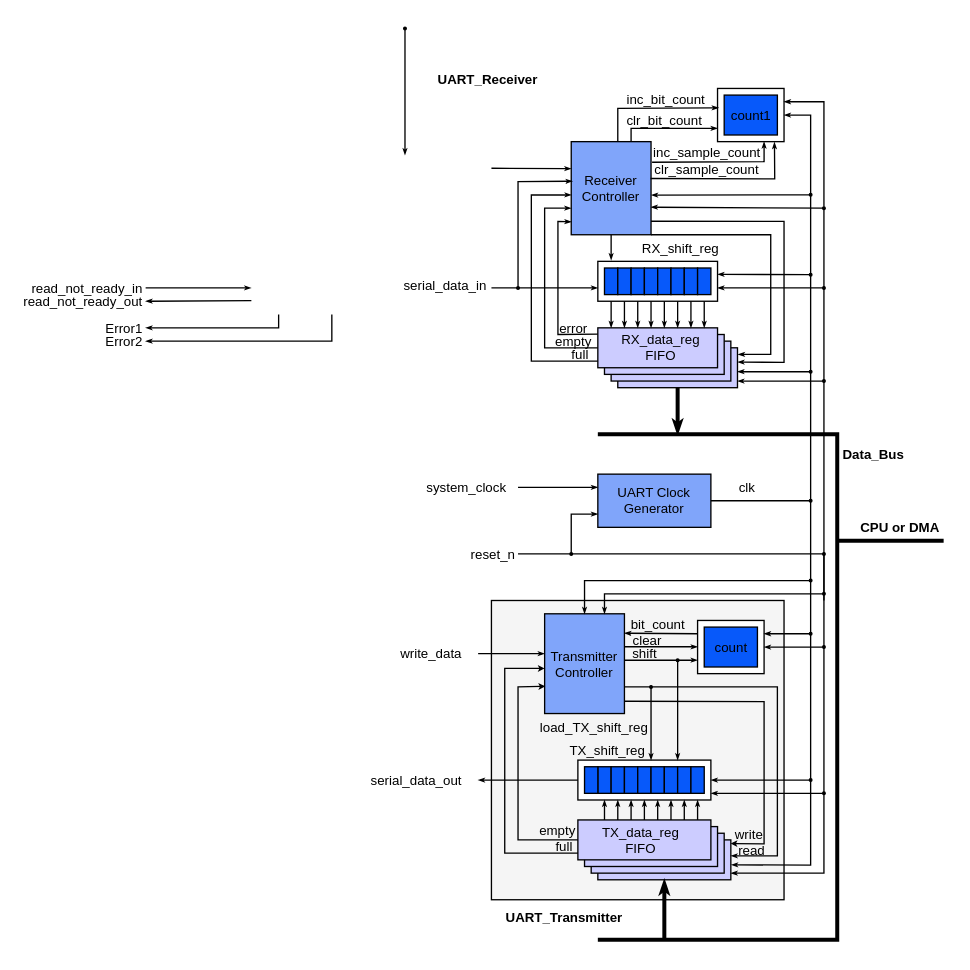
lampn0/uart_vlsi keeps this draw.io diagram as page "block_diagram" (3 of 10) of doc/UART.drawio. Above is the earlier version. Source tidied: cells renumbered, new cells numbered last; positions are measured from the earlier drawing's top-left corner, leaving out a move shared by most shapes. Both pictures are drawn from the tidied source at 133%, with x=0, y=0 at pixel (25, 28).
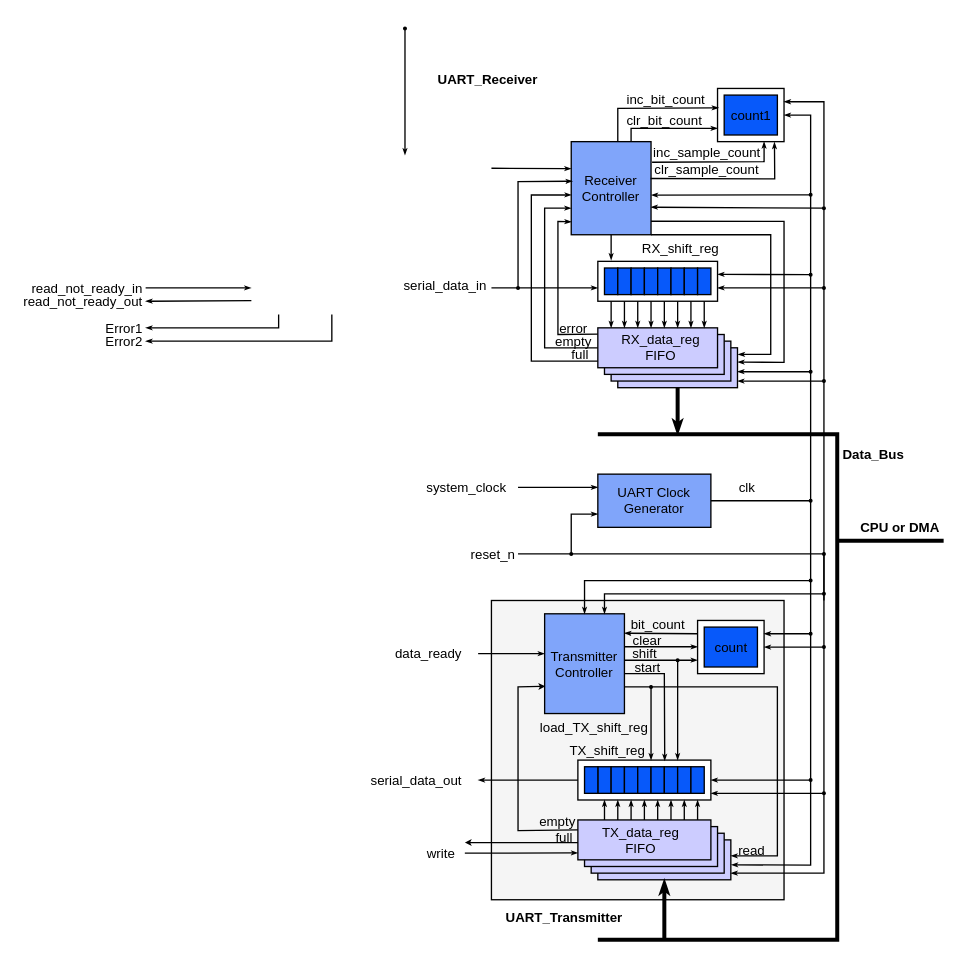
The same diagram, later.

Unchanged cells that the change refers to:
```xml
<mxCell id="3" style="rounded=0;whiteSpace=wrap;html=1;fillColor=#CCCCFF;" parent="1" vertex="1">
  <mxGeometry x="430" y="610" width="100" height="30" as="geometry" />
</mxCell>
<mxCell id="21" style="rounded=0;whiteSpace=wrap;html=1;" parent="20" vertex="1">
  <mxGeometry x="-15" y="-5" width="100" height="30" as="geometry" />
</mxCell>
<mxCell id="34" value="Transmitter Controller" style="rounded=0;whiteSpace=wrap;html=1;fillColor=#80A5FA;fontSize=10;" parent="1" vertex="1">
  <mxGeometry x="390" y="440" width="60" height="75" as="geometry" />
</mxCell>
<mxCell id="76" style="rounded=0;whiteSpace=wrap;html=1;fillColor=#CCCCFF;" parent="1" vertex="1">
  <mxGeometry x="415" y="595" width="100" height="30" as="geometry" />
</mxCell>
```

The edit, as a diff of the source:
```diff
@@
-    <mxCell id="72" value="write_data" style="text;html=1;strokeColor=none;fillColor=none;align=right;verticalAlign=middle;whiteSpace=wrap;rounded=0;fontSize=10;" parent="1" vertex="1">
+    <mxCell id="72" value="data_ready" style="text;html=1;strokeColor=none;fillColor=none;align=right;verticalAlign=middle;whiteSpace=wrap;rounded=0;fontSize=10;" parent="1" vertex="1">
       <mxGeometry x="270" y="465" width="60" height="10" as="geometry" />
     </mxCell>
@@
-    <mxCell id="112" style="endArrow=classic;html=1;strokeColor=#000000;strokeWidth=1;entryX=0;entryY=0.548;entryDx=0;entryDy=0;entryPerimeter=0;rounded=0;exitX=0;exitY=0.833;exitDx=0;exitDy=0;endFill=1;jumpSize=6;endSize=2;startSize=2;exitPerimeter=0;" parent="1" edge="1" source="76" target="34">
+    <mxCell id="112" style="endArrow=classic;html=1;strokeColor=#000000;strokeWidth=1;rounded=0;exitX=0;exitY=0.5;exitDx=0;exitDy=0;endFill=1;jumpSize=6;endSize=2;startSize=2;" parent="1" edge="1">
       <mxGeometry relative="1" as="geometry">
-        <Array as="points">
-          <mxPoint x="360" y="620" />
-          <mxPoint x="360" y="481" />
-        </Array>
+        <mxPoint x="415" y="612" as="sourcePoint" />
+        <mxPoint x="330" y="612" as="targetPoint" />
       </mxGeometry>
     </mxCell>
-    <mxCell id="113" style="endArrow=classic;html=1;strokeColor=#000000;strokeWidth=1;rounded=0;exitX=0;exitY=0.5;exitDx=0;exitDy=0;endFill=1;jumpSize=6;endSize=2;startSize=2;entryX=0.007;entryY=0.727;entryDx=0;entryDy=0;entryPerimeter=0;" parent="1" edge="1" source="76" target="34">
+    <mxCell id="113" style="endArrow=classic;html=1;strokeColor=#000000;strokeWidth=1;rounded=0;exitX=0;exitY=0.25;exitDx=0;exitDy=0;endFill=1;jumpSize=6;endSize=2;startSize=2;entryX=0.007;entryY=0.727;entryDx=0;entryDy=0;entryPerimeter=0;" parent="1" edge="1" source="76" target="34">
       <mxGeometry relative="1" as="geometry">
         <Array as="points">
-          <mxPoint x="370" y="610" />
+          <mxPoint x="370" y="603" />
           <mxPoint x="370" y="495" />
         </Array>
       </mxGeometry>
     </mxCell>
     <mxCell id="114" value="full" style="text;html=1;strokeColor=none;fillColor=none;align=center;verticalAlign=middle;whiteSpace=wrap;rounded=0;fontSize=10;" parent="1" vertex="1">
-      <mxGeometry x="395" y="609.5" width="20" height="10" as="geometry" />
+      <mxGeometry x="395" y="603" width="20" height="10" as="geometry" />
     </mxCell>
     <mxCell id="115" value="empty" style="text;html=1;strokeColor=none;fillColor=none;align=center;verticalAlign=middle;whiteSpace=wrap;rounded=0;fontSize=10;" parent="1" vertex="1">
-      <mxGeometry x="385" y="598" width="30" height="10" as="geometry" />
+      <mxGeometry x="385" y="591" width="30" height="10" as="geometry" />
     </mxCell>
@@
-    <mxCell id="134" style="endArrow=classic;html=1;strokeColor=#000000;strokeWidth=1;rounded=0;endFill=1;jumpSize=6;endSize=2;startSize=2;exitX=1.005;exitY=0.877;exitDx=0;exitDy=0;exitPerimeter=0;entryX=0.998;entryY=0.092;entryDx=0;entryDy=0;entryPerimeter=0;" parent="1" edge="1" source="34" target="3">
-      <mxGeometry relative="1" as="geometry">
-        <Array as="points">
-          <mxPoint x="555" y="506" />
-          <mxPoint x="555" y="613" />
-        </Array>
-      </mxGeometry>
-    </mxCell>
@@
+    <mxCell id="141" value="read" style="text;html=1;strokeColor=none;fillColor=none;align=center;verticalAlign=middle;whiteSpace=wrap;rounded=0;fontSize=10;" parent="1" vertex="1">
+      <mxGeometry x="536" y="613" width="20" height="10" as="geometry" />
+    </mxCell>
+    <mxCell id="142" style="endArrow=classicThin;html=1;rounded=0;endFill=1;endSize=2;startSize=2;" parent="1" edge="1">
+      <mxGeometry relative="1" as="geometry">
+        <mxPoint x="330" y="620" as="sourcePoint" />
+        <mxPoint x="415" y="619.8" as="targetPoint" />
+      </mxGeometry>
+    </mxCell>
-    <mxCell id="140" value="write" style="text;html=1;strokeColor=none;fillColor=none;align=center;verticalAlign=middle;whiteSpace=wrap;rounded=0;fontSize=10;" parent="1" vertex="1">
-      <mxGeometry x="532" y="601" width="24" height="10" as="geometry" />
+    <mxCell id="140" value="write" style="text;html=1;strokeColor=none;fillColor=none;align=right;verticalAlign=middle;whiteSpace=wrap;rounded=0;fontSize=10;" parent="1" vertex="1">
+      <mxGeometry x="295" y="615" width="30" height="10" as="geometry" />
     </mxCell>
-    <mxCell id="141" value="read" style="text;html=1;strokeColor=none;fillColor=none;align=center;verticalAlign=middle;whiteSpace=wrap;rounded=0;fontSize=10;" parent="1" vertex="1">
-      <mxGeometry x="536" y="613" width="20" height="10" as="geometry" />
-    </mxCell>
+    <mxCell id="143" style="endArrow=classicThin;html=1;rounded=0;endFill=1;endSize=2;startSize=2;entryX=0.653;entryY=0.016;entryDx=0;entryDy=0;entryPerimeter=0;" parent="1" edge="1" target="21">
+      <mxGeometry relative="1" as="geometry">
+        <mxPoint x="450" y="485" as="sourcePoint" />
+        <Array as="points">
+          <mxPoint x="480" y="485" />
+        </Array>
+      </mxGeometry>
+    </mxCell>
+    <mxCell id="144" value="start" style="text;html=1;strokeColor=none;fillColor=none;align=left;verticalAlign=middle;whiteSpace=wrap;rounded=0;fontSize=10;" parent="1" vertex="1">
+      <mxGeometry x="455.6" y="475" width="24.4" height="10" as="geometry" />
+    </mxCell>
```
